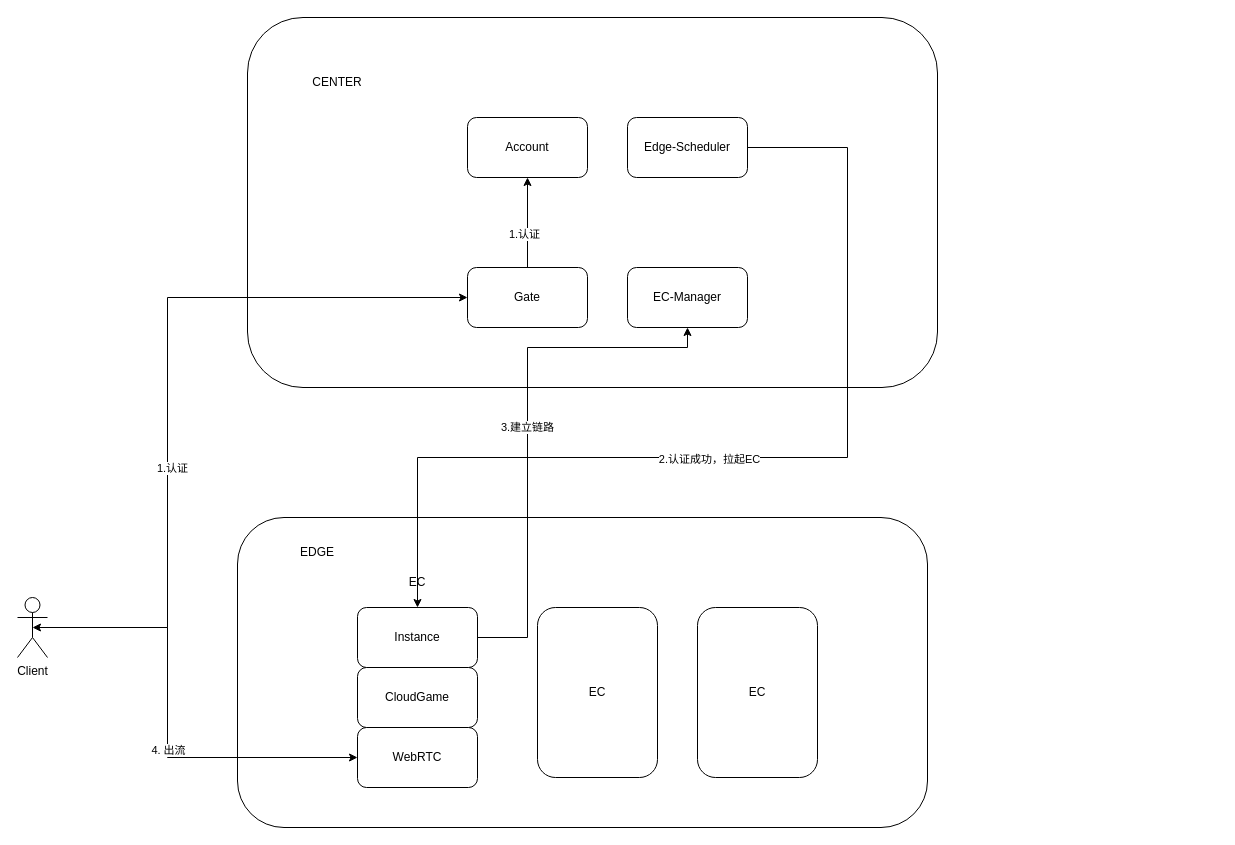
This is 云游戏架构.drawio from furick/design, a draw.io file, before an edit. Source tidied: cells renumbered, new cells numbered last; positions are measured from the earlier drawing's top-left corner, leaving out a move shared by most shapes. Both pictures are drawn from the tidied source at 100%, with x=0, y=0 at pixel (17, 17).
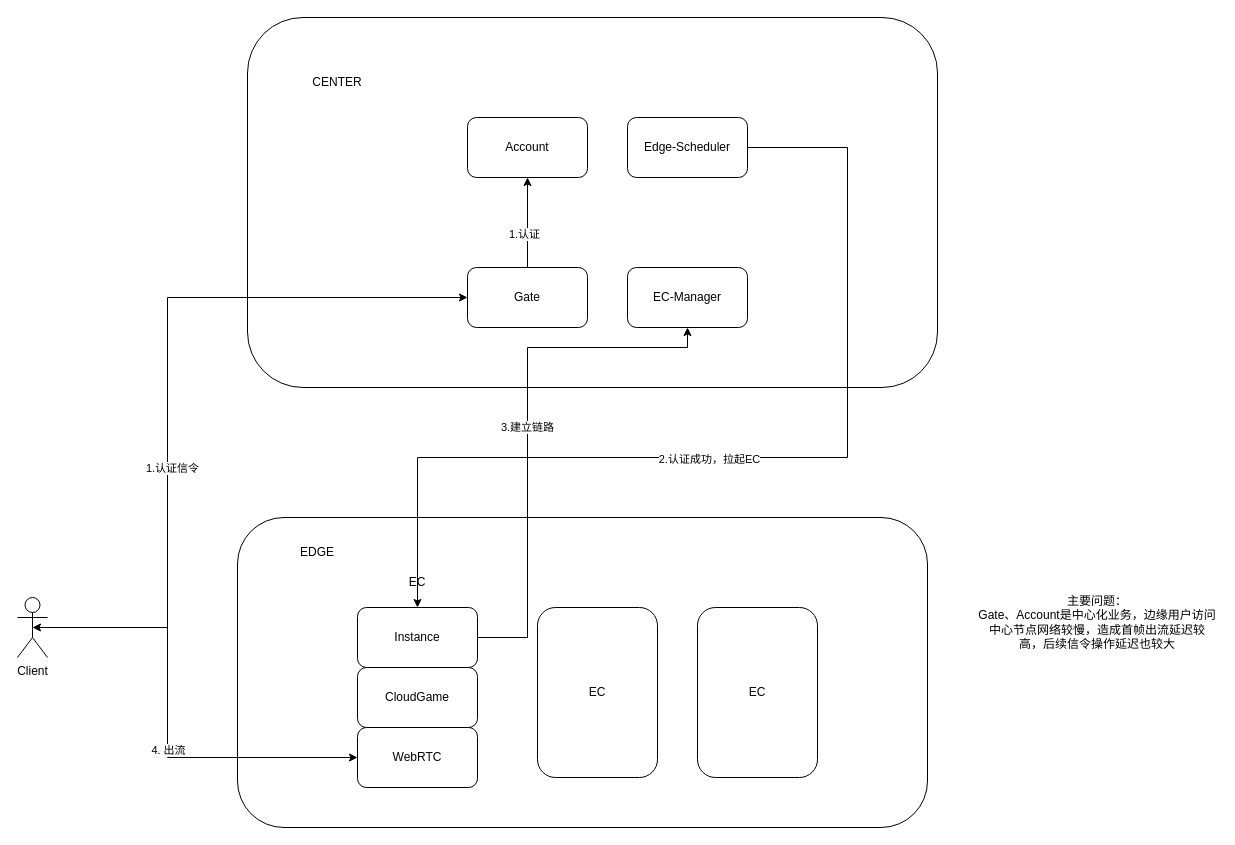
The same page after the edit.

Commit message (it also covers changes not shown here):
更新云游戏架构.drawio

Unchanged cells that the change refers to:
```xml
<mxCell id="21" style="edgeStyle=orthogonalEdgeStyle;rounded=0;jettySize=auto;html=1;exitX=0.5;exitY=0.5;exitDx=0;exitDy=0;exitPerimeter=0;entryX=0;entryY=0.5;entryDx=0;entryDy=0;startArrow=classic;startFill=1;" parent="1" edge="1" source="25" target="11">
  <mxGeometry relative="1" as="geometry">
    <Array as="points">
      <mxPoint x="150" y="610" />
      <mxPoint x="150" y="280" />
    </Array>
  </mxGeometry>
</mxCell>
```

Diff of the diagram source:
```diff
@@
-    <mxCell id="22" value="1.认证" style="edgeLabel;html=1;align=center;verticalAlign=middle;" parent="21" vertex="1">
+    <mxCell id="22" value="1.认证信令" style="edgeLabel;html=1;align=center;verticalAlign=middle;" parent="21" vertex="1">
       <mxGeometry x="-0.23" y="-4" relative="1" as="geometry" />
     </mxCell>
@@
+    <mxCell id="26" value="主要问题：&lt;br&gt;Gate、Account是中心化业务，边缘用户访问中心节点网络较慢，造成首帧出流延迟较高，后续信令操作延迟也较大" style="text;html=1;strokeColor=none;fillColor=none;align=center;verticalAlign=middle;whiteSpace=wrap;rounded=0;" parent="1" vertex="1">
+      <mxGeometry x="960" y="560" width="240" height="90" as="geometry" />
+    </mxCell>
```
